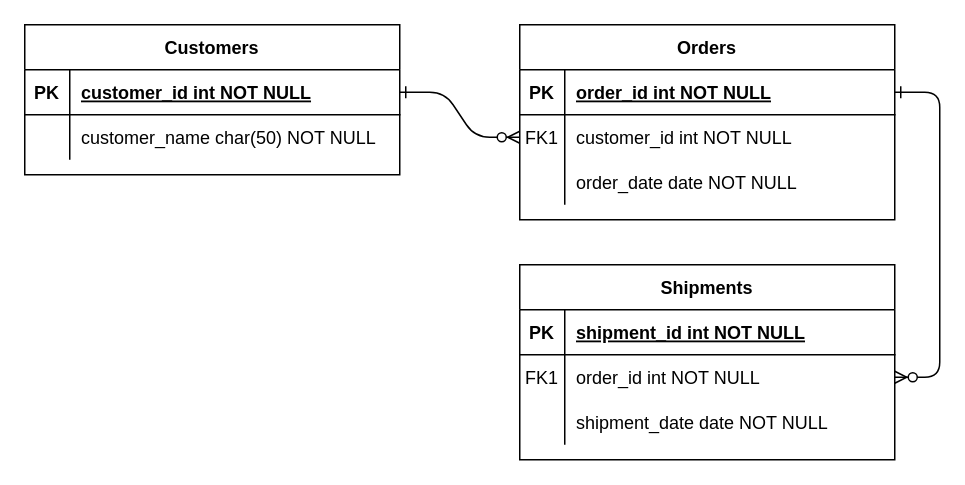
The draw.io diagram db/JobBoard.drawio in latinxintech/job-board, before the edit. Source tidied: cells renumbered, new cells numbered last; positions are measured from the earlier drawing's top-left corner, leaving out a move shared by most shapes. Both pictures are drawn from the tidied source at 150%, with x=0, y=0 at pixel (24, 24).
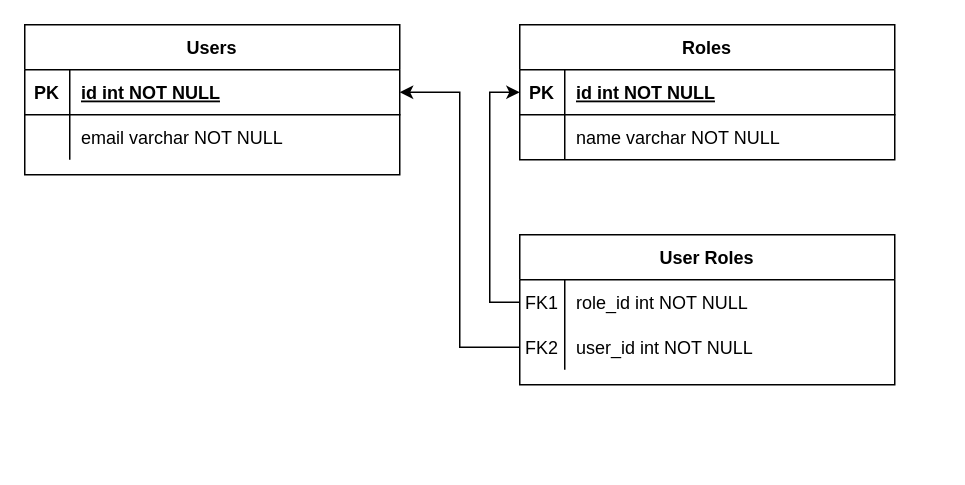
The same page after the edit.

Unchanged cells that the change refers to:
```xml
<mxCell id="5" style="shape=partialRectangle;fillColor=none;points=[[0,0.5],[1,0.5]];portConstraint=eastwest;top=0;left=0;right=0;bottom=1;" parent="4" vertex="1">
  <mxGeometry y="30" width="250" height="30" as="geometry" />
</mxCell>
<mxCell id="8" style="shape=partialRectangle;fillColor=none;points=[[0,0.5],[1,0.5]];portConstraint=eastwest;top=0;left=0;right=0;bottom=0;" parent="4" vertex="1">
  <mxGeometry y="60" width="250" height="30" as="geometry" />
</mxCell>
<mxCell id="25" style="shape=partialRectangle;fillColor=none;points=[[0,0.5],[1,0.5]];portConstraint=eastwest;top=0;left=0;right=0;bottom=1;" parent="24" vertex="1">
  <mxGeometry y="30" width="250" height="30" as="geometry" />
</mxCell>
<mxCell id="28" style="shape=partialRectangle;fillColor=none;top=0;left=0;right=0;bottom=0;" parent="24" vertex="1">
  <mxGeometry y="60" width="250" height="30" as="geometry" />
</mxCell>
```

The edit, as a diff of the source:
```diff
@@
-    <mxCell id="2" style="edgeStyle=entityRelationEdgeStyle;endArrow=ERzeroToMany;startArrow=ERone;endFill=1;startFill=0;" parent="1" edge="1" source="25" target="8">
-      <mxGeometry relative="1" as="geometry" />
-    </mxCell>
-    <mxCell id="3" style="edgeStyle=entityRelationEdgeStyle;endArrow=ERzeroToMany;startArrow=ERone;endFill=1;startFill=0;" parent="1" edge="1" source="5" target="18">
-      <mxGeometry relative="1" as="geometry" />
-    </mxCell>
-    <mxCell id="4" value="Orders" style="shape=table;startSize=30;childLayout=tableLayout;rowLines=0;fontStyle=1;align=center;" parent="1" vertex="1">
-      <mxGeometry x="330" width="250" height="130" as="geometry" />
+    <mxCell id="4" value="Roles" style="shape=table;startSize=30;childLayout=tableLayout;rowLines=0;fontStyle=1;align=center;" parent="1" vertex="1">
+      <mxGeometry x="330" width="250" height="90" as="geometry" />
     </mxCell>
@@
-    <mxCell id="7" value="order_id int NOT NULL " style="shape=partialRectangle;overflow=hidden;fillColor=none;top=0;left=0;bottom=0;right=0;align=left;spacingLeft=6;fontStyle=5;" parent="5" vertex="1">
+    <mxCell id="7" value="id int NOT NULL " style="shape=partialRectangle;overflow=hidden;fillColor=none;top=0;left=0;bottom=0;right=0;align=left;spacingLeft=6;fontStyle=5;" parent="5" vertex="1">
       <mxGeometry x="30" width="220" height="30" as="geometry" />
     </mxCell>
@@
-    <mxCell id="9" value="FK1" style="shape=partialRectangle;overflow=hidden;fillColor=none;top=0;left=0;bottom=0;right=0;" parent="8" vertex="1">
+    <mxCell id="9" value="&#10;" style="shape=partialRectangle;overflow=hidden;fillColor=none;top=0;left=0;bottom=0;right=0;" parent="8" vertex="1">
       <mxGeometry width="30" height="30" as="geometry" />
     </mxCell>
-    <mxCell id="10" value="customer_id int NOT NULL" style="shape=partialRectangle;overflow=hidden;fillColor=none;top=0;left=0;bottom=0;right=0;align=left;spacingLeft=6;" parent="8" vertex="1">
+    <mxCell id="10" value="name varchar NOT NULL" style="shape=partialRectangle;overflow=hidden;fillColor=none;top=0;left=0;bottom=0;right=0;align=left;spacingLeft=6;" parent="8" vertex="1">
       <mxGeometry x="30" width="220" height="30" as="geometry" />
     </mxCell>
-    <mxCell id="11" style="shape=partialRectangle;fillColor=none;top=0;left=0;right=0;bottom=0;" parent="4" vertex="1">
-      <mxGeometry y="90" width="250" height="30" as="geometry" />
-    </mxCell>
-    <mxCell id="12" style="shape=partialRectangle;overflow=hidden;fillColor=none;top=0;left=0;bottom=0;right=0;" parent="11" vertex="1">
-      <mxGeometry width="30" height="30" as="geometry" />
-    </mxCell>
-    <mxCell id="13" value="order_date date NOT NULL" style="shape=partialRectangle;overflow=hidden;fillColor=none;top=0;left=0;bottom=0;right=0;align=left;spacingLeft=6;" parent="11" vertex="1">
-      <mxGeometry x="30" width="220" height="30" as="geometry" />
-    </mxCell>
-    <mxCell id="14" value="Shipments" style="shape=table;startSize=30;childLayout=tableLayout;rowLines=0;fontStyle=1;align=center;" parent="1" vertex="1">
-      <mxGeometry x="330" y="160" width="250" height="130" as="geometry" />
+    <mxCell id="14" value="User Roles" style="shape=table;startSize=30;childLayout=tableLayout;rowLines=0;fontStyle=1;align=center;" parent="1" vertex="1">
+      <mxGeometry x="330" y="140" width="250" height="100" as="geometry" />
     </mxCell>
-    <mxCell id="15" style="shape=partialRectangle;fillColor=none;top=0;left=0;right=0;bottom=1;" parent="14" vertex="1">
-      <mxGeometry y="30" width="250" height="30" as="geometry" />
-    </mxCell>
-    <mxCell id="16" value="PK" style="shape=partialRectangle;overflow=hidden;fillColor=none;top=0;left=0;bottom=0;right=0;fontStyle=1;" parent="15" vertex="1">
-      <mxGeometry width="30" height="30" as="geometry" />
-    </mxCell>
-    <mxCell id="17" value="shipment_id int NOT NULL " style="shape=partialRectangle;overflow=hidden;fillColor=none;top=0;left=0;bottom=0;right=0;align=left;spacingLeft=6;fontStyle=5;" parent="15" vertex="1">
-      <mxGeometry x="30" width="220" height="30" as="geometry" />
-    </mxCell>
     <mxCell id="18" style="shape=partialRectangle;fillColor=none;points=[[0,0.5],[1,0.5]];portConstraint=eastwest;top=0;left=0;right=0;bottom=0;" parent="14" vertex="1">
-      <mxGeometry y="60" width="250" height="30" as="geometry" />
+      <mxGeometry y="30" width="250" height="30" as="geometry" />
     </mxCell>
@@
-    <mxCell id="20" value="order_id int NOT NULL" style="shape=partialRectangle;overflow=hidden;fillColor=none;top=0;left=0;bottom=0;right=0;align=left;spacingLeft=6;" parent="18" vertex="1">
+    <mxCell id="20" value="role_id int NOT NULL" style="shape=partialRectangle;overflow=hidden;fillColor=none;top=0;left=0;bottom=0;right=0;align=left;spacingLeft=6;" parent="18" vertex="1">
       <mxGeometry x="30" width="220" height="30" as="geometry" />
     </mxCell>
     <mxCell id="21" style="shape=partialRectangle;fillColor=none;points=[[0,0.5],[1,0.5]];portConstraint=eastwest;top=0;left=0;right=0;bottom=0;" parent="14" vertex="1">
-      <mxGeometry y="90" width="250" height="30" as="geometry" />
+      <mxGeometry y="60" width="250" height="30" as="geometry" />
     </mxCell>
-    <mxCell id="22" style="shape=partialRectangle;overflow=hidden;fillColor=none;top=0;left=0;bottom=0;right=0;" parent="21" vertex="1">
+    <mxCell id="22" value="FK2" style="shape=partialRectangle;overflow=hidden;fillColor=none;top=0;left=0;bottom=0;right=0;" parent="21" vertex="1">
       <mxGeometry width="30" height="30" as="geometry" />
     </mxCell>
-    <mxCell id="23" value="shipment_date date NOT NULL" style="shape=partialRectangle;overflow=hidden;fillColor=none;top=0;left=0;bottom=0;right=0;align=left;spacingLeft=6;" parent="21" vertex="1">
+    <mxCell id="23" value="user_id int NOT NULL" style="shape=partialRectangle;overflow=hidden;fillColor=none;top=0;left=0;bottom=0;right=0;align=left;spacingLeft=6;" parent="21" vertex="1">
       <mxGeometry x="30" width="220" height="30" as="geometry" />
     </mxCell>
-    <mxCell id="24" value="Customers" style="shape=table;startSize=30;childLayout=tableLayout;rowLines=0;fontStyle=1;align=center;" parent="1" vertex="1">
+    <mxCell id="24" value="Users" style="shape=table;startSize=30;childLayout=tableLayout;rowLines=0;fontStyle=1;align=center;" parent="1" vertex="1">
       <mxGeometry width="250" height="100" as="geometry" />
     </mxCell>
@@
-    <mxCell id="27" value="customer_id int NOT NULL " style="shape=partialRectangle;overflow=hidden;fillColor=none;top=0;left=0;bottom=0;right=0;align=left;spacingLeft=6;fontStyle=5;" parent="25" vertex="1">
+    <mxCell id="27" value="id int NOT NULL " style="shape=partialRectangle;overflow=hidden;fillColor=none;top=0;left=0;bottom=0;right=0;align=left;spacingLeft=6;fontStyle=5;" parent="25" vertex="1">
       <mxGeometry x="30" width="220" height="30" as="geometry" />
     </mxCell>
@@
-    <mxCell id="30" value="customer_name char(50) NOT NULL" style="shape=partialRectangle;overflow=hidden;fillColor=none;top=0;left=0;bottom=0;right=0;align=left;spacingLeft=6;" parent="28" vertex="1">
+    <mxCell id="30" value="email varchar NOT NULL" style="shape=partialRectangle;overflow=hidden;fillColor=none;top=0;left=0;bottom=0;right=0;align=left;spacingLeft=6;" parent="28" vertex="1">
       <mxGeometry x="30" width="220" height="30" as="geometry" />
     </mxCell>
+    <mxCell id="31" style="edgeStyle=orthogonalEdgeStyle;rounded=0;jettySize=auto;html=1;entryX=0;entryY=0.5;entryDx=0;entryDy=0;" parent="1" edge="1" source="18" target="5">
+      <mxGeometry relative="1" as="geometry" />
+    </mxCell>
+    <mxCell id="32" style="edgeStyle=orthogonalEdgeStyle;rounded=0;jettySize=auto;html=1;entryX=1;entryY=0.5;entryDx=0;entryDy=0;" parent="1" edge="1" source="21" target="25">
+      <mxGeometry relative="1" as="geometry" />
+    </mxCell>
```
